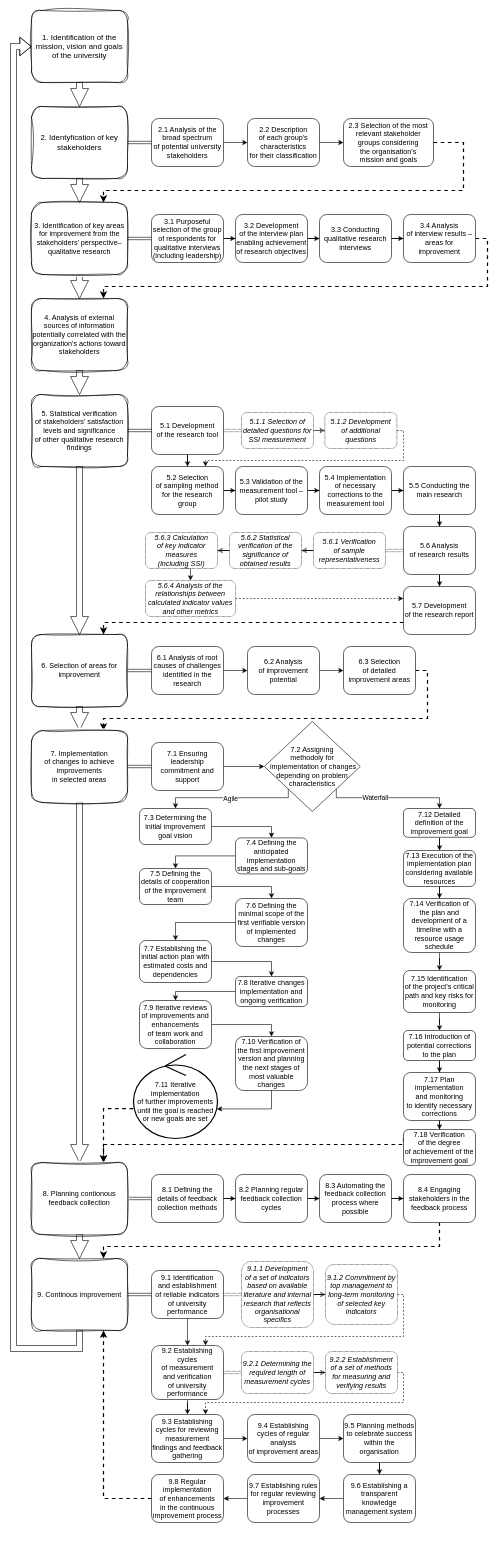
Earlier version of the draw.io diagram monography_materials/FiguresFiles/Model SSDQM_full_ENG.drawio (JeanPaulSzefler/doktorat_git). Source tidied: cells renumbered, new cells numbered last; positions are measured from the earlier drawing's top-left corner, leaving out a move shared by most shapes. Both pictures are drawn from the tidied source at 60%, with x=0, y=0 at pixel (13, 10).
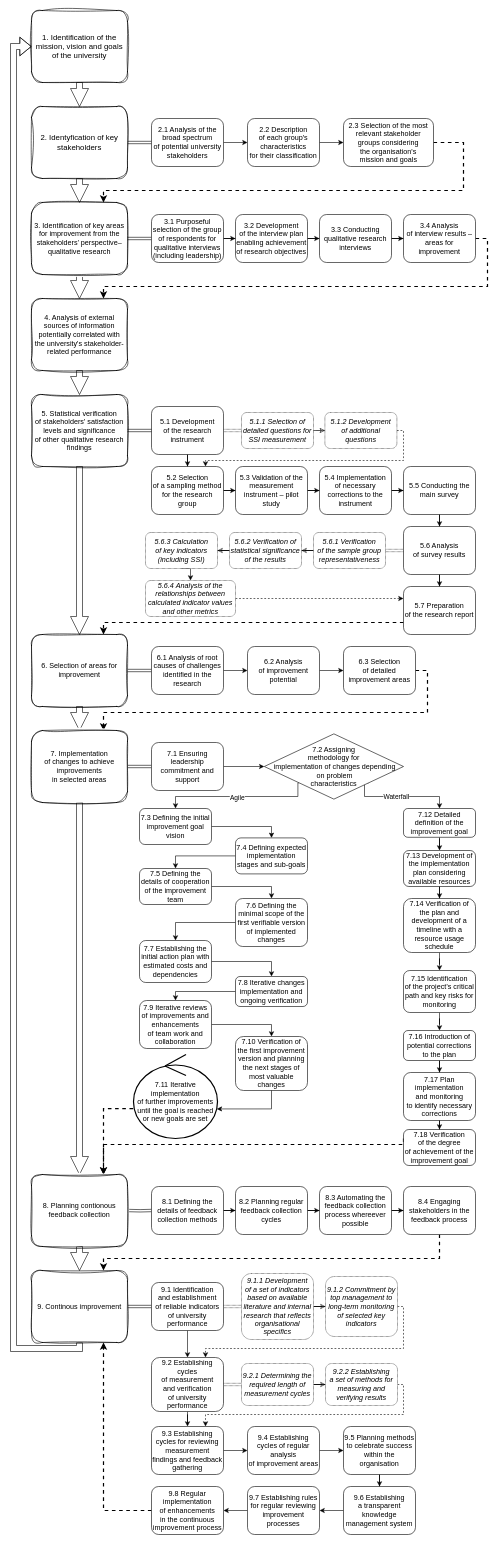
The same diagram, later.

Commit message (it also covers changes not shown here):
Monography_0.1 chapter 5.3 prepared figures with detailed SSDQM

Unchanged cells that the change refers to:
```xml
<mxCell id="65" value="6.3 Selection &lt;br&gt;of detailed improvement areas" style="rounded=1;whiteSpace=wrap;html=1;" parent="1" vertex="1">
  <mxGeometry x="550" y="1060" width="120" height="80" as="geometry" />
</mxCell>
<mxCell id="68" value="7. Implementation&lt;br&gt;of changes to achieve improvements&lt;br&gt;in selected areas" style="rounded=1;whiteSpace=wrap;html=1;sketch=1;curveFitting=1;jiggle=2;" parent="1" vertex="1">
  <mxGeometry x="30" y="1200" width="160" height="120" as="geometry" />
</mxCell>
<mxCell id="94" value="7.12 Detailed definition of the improvement goal" style="rounded=1;whiteSpace=wrap;html=1;" parent="1" vertex="1">
  <mxGeometry x="650" y="1330" width="120" height="48" as="geometry" />
</mxCell>
```

Change to the diagram source:
```diff
@@
-    <mxCell id="11" value="5.1 Development &lt;br&gt;of the research tool" style="rounded=1;whiteSpace=wrap;html=1;" parent="1" vertex="1">
+    <mxCell id="11" value="5.1 Development &lt;br&gt;of the research instrument" style="rounded=1;whiteSpace=wrap;html=1;" parent="1" vertex="1">
       <mxGeometry x="230" y="660" width="120" height="80" as="geometry" />
     </mxCell>
@@
-    <mxCell id="22" value="5.2 Selection &lt;br&gt;of sampling method for the research group" style="whiteSpace=wrap;html=1;rounded=1;" parent="1" vertex="1">
+    <mxCell id="22" value="5.2 Selection &lt;br&gt;of a sampling method for the research group" style="whiteSpace=wrap;html=1;rounded=1;" parent="1" vertex="1">
       <mxGeometry x="230" y="760" width="120" height="80" as="geometry" />
     </mxCell>
@@
-    <mxCell id="32" value="5.3 Validation of the measurement tool – pilot study" style="whiteSpace=wrap;html=1;rounded=1;" parent="1" vertex="1">
+    <mxCell id="32" value="5.3 Validation of the measurement instrument – pilot study" style="whiteSpace=wrap;html=1;rounded=1;" parent="1" vertex="1">
       <mxGeometry x="370" y="760" width="120" height="80" as="geometry" />
     </mxCell>
@@
-    <mxCell id="34" value="5.4 Implementation &lt;br&gt;of necessary corrections to the measurement tool" style="whiteSpace=wrap;html=1;rounded=1;" parent="1" vertex="1">
+    <mxCell id="34" value="5.4 Implementation &lt;br&gt;of necessary corrections to the instrument" style="whiteSpace=wrap;html=1;rounded=1;" parent="1" vertex="1">
       <mxGeometry x="510" y="760" width="120" height="80" as="geometry" />
     </mxCell>
@@
-    <mxCell id="36" value="5.5 Conducting the main research" style="whiteSpace=wrap;html=1;rounded=1;" parent="1" vertex="1">
+    <mxCell id="36" value="5.5 Conducting the main survey" style="whiteSpace=wrap;html=1;rounded=1;" parent="1" vertex="1">
       <mxGeometry x="650" y="760" width="120" height="80" as="geometry" />
     </mxCell>
@@
-    <mxCell id="39" value="5.6 Analysis &lt;br&gt;of research results" style="whiteSpace=wrap;html=1;rounded=1;" parent="1" vertex="1">
+    <mxCell id="39" value="5.6 Analysis &lt;br&gt;of survey results" style="whiteSpace=wrap;html=1;rounded=1;" parent="1" vertex="1">
       <mxGeometry x="650" y="860" width="120" height="80" as="geometry" />
     </mxCell>
@@
-    <mxCell id="42" value="4. Analysis of external sources of information potentially correlated with the organization's actions toward stakeholders" style="rounded=1;whiteSpace=wrap;html=1;sketch=1;curveFitting=1;jiggle=2;" parent="1" vertex="1">
+    <mxCell id="42" value="4. Analysis of external sources of information potentially correlated with&lt;br&gt;the university's stakeholder-related performance" style="rounded=1;whiteSpace=wrap;html=1;sketch=1;curveFitting=1;jiggle=2;" parent="1" vertex="1">
       <mxGeometry x="30" y="480" width="160" height="120" as="geometry" />
     </mxCell>
@@
-    <mxCell id="51" value="5.7 Development &lt;br&gt;of the research report" style="whiteSpace=wrap;html=1;rounded=1;" parent="1" vertex="1">
+    <mxCell id="51" value="5.7 Preparation&lt;br&gt;of the research report" style="whiteSpace=wrap;html=1;rounded=1;" parent="1" vertex="1">
       <mxGeometry x="650" y="960" width="120" height="80" as="geometry" />
     </mxCell>
@@
-    <mxCell id="53" value="&lt;i&gt;5.6.1&amp;nbsp;Verification &lt;br&gt;of sample representativeness&lt;/i&gt;" style="whiteSpace=wrap;html=1;rounded=1;dashed=1;dashPattern=1 1;" parent="1" vertex="1">
+    <mxCell id="53" value="&lt;i&gt;5.6.1&amp;nbsp;Verification &lt;br&gt;of the sample group representativeness&lt;/i&gt;" style="whiteSpace=wrap;html=1;rounded=1;dashed=1;dashPattern=1 1;" parent="1" vertex="1">
       <mxGeometry x="500" y="870" width="120" height="60" as="geometry" />
     </mxCell>
@@
-    <mxCell id="55" value="&lt;i&gt;5.6.2&amp;nbsp;Statistical verification of the significance of obtained results&lt;/i&gt;" style="whiteSpace=wrap;html=1;rounded=1;dashed=1;dashPattern=1 1;" parent="1" vertex="1">
+    <mxCell id="55" value="&lt;i&gt;5.6.2 Verification of statistical significance of the results&lt;/i&gt;" style="whiteSpace=wrap;html=1;rounded=1;dashed=1;dashPattern=1 1;" parent="1" vertex="1">
       <mxGeometry x="360" y="870" width="120" height="60" as="geometry" />
     </mxCell>
@@
-    <mxCell id="57" value="&lt;i&gt;5.6.3&amp;nbsp;Calculation &lt;br&gt;of key indicator measures &lt;br&gt;(including SSI)&lt;/i&gt;" style="whiteSpace=wrap;html=1;rounded=1;dashed=1;dashPattern=1 1;" parent="1" vertex="1">
+    <mxCell id="57" value="&lt;i&gt;5.6.3&amp;nbsp;Calculation &lt;br&gt;of key indicators (including SSI)&lt;/i&gt;" style="whiteSpace=wrap;html=1;rounded=1;dashed=1;dashPattern=1 1;" parent="1" vertex="1">
       <mxGeometry x="220" y="870" width="120" height="60" as="geometry" />
     </mxCell>
@@
-    <mxCell id="61" value="7.3 Determining the initial improvement goal vision" style="rounded=1;whiteSpace=wrap;html=1;" parent="1" vertex="1">
+    <mxCell id="61" value="7.3 Defining the initial improvement goal vision" style="rounded=1;whiteSpace=wrap;html=1;" parent="1" vertex="1">
       <mxGeometry x="210" y="1330" width="120" height="60" as="geometry" />
     </mxCell>
@@
     <mxCell id="64" style="edgeStyle=orthogonalEdgeStyle;rounded=0;jettySize=auto;html=1;exitX=1;exitY=0.5;exitDx=0;exitDy=0;entryX=0.75;entryY=0;entryDx=0;entryDy=0;dashed=1;strokeWidth=2;" parent="1" edge="1" source="65" target="68">
       <mxGeometry relative="1" as="geometry">
         <Array as="points">
           <mxPoint x="690" y="1100" />
-          <mxPoint x="690" y="1180" />
-          <mxPoint x="150" y="1180" />
+          <mxPoint x="690" y="1170" />
+          <mxPoint x="150" y="1170" />
         </Array>
       </mxGeometry>
     </mxCell>
@@
     <mxCell id="71" style="edgeStyle=orthogonalEdgeStyle;rounded=0;jettySize=auto;html=1;exitX=0;exitY=1;exitDx=0;exitDy=0;entryX=0.5;entryY=0;entryDx=0;entryDy=0;" parent="1" edge="1" source="75" target="61">
       <mxGeometry relative="1" as="geometry">
         <Array as="points">
-          <mxPoint x="458" y="1312" />
-          <mxPoint x="270" y="1312" />
+          <mxPoint x="474" y="1310" />
+          <mxPoint x="270" y="1310" />
         </Array>
       </mxGeometry>
     </mxCell>
@@
     <mxCell id="73" style="edgeStyle=orthogonalEdgeStyle;rounded=0;jettySize=auto;html=1;exitX=1;exitY=1;exitDx=0;exitDy=0;entryX=0.5;entryY=0;entryDx=0;entryDy=0;" parent="1" edge="1" source="75" target="94">
       <mxGeometry relative="1" as="geometry">
         <Array as="points">
-          <mxPoint x="538" y="1312" />
-          <mxPoint x="710" y="1312" />
+          <mxPoint x="585" y="1310" />
+          <mxPoint x="710" y="1310" />
         </Array>
       </mxGeometry>
     </mxCell>
-    <mxCell id="74" value="Waterfall" style="edgeLabel;html=1;align=center;verticalAlign=middle;" parent="73" vertex="1">
+    <mxCell id="74" value="Waterfall" style="edgeLabel;html=1;align=center;verticalAlign=middle;spacing=5;spacingRight=0;spacingLeft=30;" parent="73" vertex="1">
       <mxGeometry x="-0.23" relative="1" as="geometry" />
     </mxCell>
-    <mxCell id="75" value="7.2 Assigning &lt;br&gt;methodoly for&lt;br&gt;&amp;nbsp;implementation of changes depending on problem &lt;br&gt;characteristics" style="rhombus;whiteSpace=wrap;html=1;" parent="1" vertex="1">
-      <mxGeometry x="418" y="1185" width="160" height="150" as="geometry" />
+    <mxCell id="75" value="7.2 Assigning &lt;br&gt;methodology for&lt;br&gt;&amp;nbsp;implementation of changes depending&lt;br&gt;&amp;nbsp;on problem &lt;br&gt;characteristics" style="rhombus;whiteSpace=wrap;html=1;" parent="1" vertex="1">
+      <mxGeometry x="418" y="1205.6" width="232" height="108.8" as="geometry" />
     </mxCell>
@@
-    <mxCell id="79" value="7.4&amp;nbsp;Defining the anticipated implementation stages and sub-goals" style="rounded=1;whiteSpace=wrap;html=1;" parent="1" vertex="1">
+    <mxCell id="79" value="7.4&amp;nbsp;Defining expected implementation stages and sub-goals" style="rounded=1;whiteSpace=wrap;html=1;" parent="1" vertex="1">
       <mxGeometry x="370" y="1379" width="120" height="60" as="geometry" />
     </mxCell>
@@
-    <mxCell id="96" value="7.13 Execution of the implementation plan considering available resources" style="rounded=1;whiteSpace=wrap;html=1;" parent="1" vertex="1">
+    <mxCell id="96" value="7.13 Development of the implementation plan considering available resources" style="rounded=1;whiteSpace=wrap;html=1;" parent="1" vertex="1">
       <mxGeometry x="650" y="1400" width="120" height="60" as="geometry" />
     </mxCell>
@@
-    <mxCell id="107" style="edgeStyle=orthogonalEdgeStyle;rounded=0;jettySize=auto;html=1;shape=link;" parent="1" edge="1" source="109" target="111">
-      <mxGeometry relative="1" as="geometry" />
+    <mxCell id="107" style="edgeStyle=orthogonalEdgeStyle;rounded=0;jettySize=auto;html=1;shape=link;" parent="1" edge="1" target="111">
+      <mxGeometry relative="1" as="geometry">
+        <mxPoint x="190" y="2000" as="sourcePoint" />
+      </mxGeometry>
     </mxCell>
-    <mxCell id="108" style="edgeStyle=orthogonalEdgeStyle;rounded=0;jettySize=auto;html=1;shape=arrow;" parent="1" edge="1" source="109" target="120">
-      <mxGeometry relative="1" as="geometry" />
+    <mxCell id="108" style="edgeStyle=orthogonalEdgeStyle;rounded=0;jettySize=auto;html=1;shape=arrow;" parent="1" edge="1" target="120">
+      <mxGeometry relative="1" as="geometry">
+        <mxPoint x="110" y="2060" as="sourcePoint" />
+      </mxGeometry>
     </mxCell>
     <mxCell id="109" value="8. Planning contionous feedback collection" style="rounded=1;whiteSpace=wrap;html=1;sketch=1;curveFitting=1;jiggle=2;" parent="1" vertex="1">
-      <mxGeometry x="30" y="1920" width="160" height="120" as="geometry" />
+      <mxGeometry x="30" y="1940" width="160" height="120" as="geometry" />
     </mxCell>
@@
     <mxCell id="111" value="8.1 Defining the details of feedback collection methods" style="rounded=1;whiteSpace=wrap;html=1;" parent="1" vertex="1">
-      <mxGeometry x="230" y="1940" width="120" height="80" as="geometry" />
+      <mxGeometry x="230" y="1960" width="120" height="80" as="geometry" />
     </mxCell>
@@
     <mxCell id="113" value="8.2 Planning regular feedback collection cycles" style="rounded=1;whiteSpace=wrap;html=1;" parent="1" vertex="1">
-      <mxGeometry x="370" y="1940" width="120" height="80" as="geometry" />
+      <mxGeometry x="370" y="1960" width="120" height="80" as="geometry" />
     </mxCell>
@@
-    <mxCell id="115" value="8.3 Automating the feedback collection process where possible" style="rounded=1;whiteSpace=wrap;html=1;" parent="1" vertex="1">
-      <mxGeometry x="510" y="1940" width="120" height="80" as="geometry" />
+    <mxCell id="115" value="8.3 Automating the feedback collection process whereever possible" style="rounded=1;whiteSpace=wrap;html=1;" parent="1" vertex="1">
+      <mxGeometry x="510" y="1960" width="120" height="80" as="geometry" />
     </mxCell>
     <mxCell id="116" style="edgeStyle=orthogonalEdgeStyle;rounded=0;jettySize=auto;html=1;exitX=0.5;exitY=1;exitDx=0;exitDy=0;entryX=0.75;entryY=0;entryDx=0;entryDy=0;dashed=1;strokeWidth=2;" parent="1" edge="1" source="117" target="120">
       <mxGeometry relative="1" as="geometry">
         <Array as="points">
-          <mxPoint x="710" y="2060" />
-          <mxPoint x="150" y="2060" />
+          <mxPoint x="710" y="2080" />
+          <mxPoint x="150" y="2080" />
         </Array>
       </mxGeometry>
     </mxCell>
     <mxCell id="117" value="8.4 Engaging stakeholders in the feedback process" style="rounded=1;whiteSpace=wrap;html=1;" parent="1" vertex="1">
-      <mxGeometry x="650" y="1940" width="120" height="80" as="geometry" />
+      <mxGeometry x="650" y="1960" width="120" height="80" as="geometry" />
     </mxCell>
@@
     <mxCell id="120" value="9. Continous improvement" style="rounded=1;whiteSpace=wrap;html=1;sketch=1;curveFitting=1;jiggle=2;" parent="1" vertex="1">
-      <mxGeometry x="30" y="2080" width="160" height="120" as="geometry" />
+      <mxGeometry x="30" y="2100" width="160" height="120" as="geometry" />
     </mxCell>
@@
     <mxCell id="123" value="9.1 Identification &lt;br&gt;and establishment &lt;br&gt;of reliable indicators of university performance" style="rounded=1;whiteSpace=wrap;html=1;" parent="1" vertex="1">
-      <mxGeometry x="230" y="2100" width="120" height="80" as="geometry" />
+      <mxGeometry x="230" y="2120" width="120" height="80" as="geometry" />
     </mxCell>
@@
     <mxCell id="125" value="&lt;i&gt;9.1.1&amp;nbsp;Development &lt;br&gt;of a set of indicators based on available literature and internal research that reflects organisational specifics&lt;/i&gt;" style="whiteSpace=wrap;html=1;rounded=1;dashed=1;dashPattern=1 1;" parent="1" vertex="1">
-      <mxGeometry x="380" y="2085" width="120" height="110" as="geometry" />
+      <mxGeometry x="380" y="2105" width="120" height="110" as="geometry" />
     </mxCell>
     <mxCell id="126" style="edgeStyle=orthogonalEdgeStyle;rounded=0;jettySize=auto;html=1;exitX=1;exitY=0.5;exitDx=0;exitDy=0;entryX=0.75;entryY=0;entryDx=0;entryDy=0;dashed=1;" parent="1" edge="1" source="127" target="130">
       <mxGeometry relative="1" as="geometry">
         <Array as="points">
-          <mxPoint x="650" y="2140" />
-          <mxPoint x="650" y="2210" />
-          <mxPoint x="320" y="2210" />
+          <mxPoint x="650" y="2160" />
+          <mxPoint x="650" y="2230" />
+          <mxPoint x="320" y="2230" />
         </Array>
       </mxGeometry>
     </mxCell>
     <mxCell id="127" value="&lt;i&gt;9.1.2&amp;nbsp;Commitment by top management to long-term monitoring of selected key indicators&lt;/i&gt;" style="whiteSpace=wrap;html=1;rounded=1;dashed=1;dashPattern=1 1;" parent="1" vertex="1">
-      <mxGeometry x="520" y="2090" width="120" height="100" as="geometry" />
+      <mxGeometry x="520" y="2110" width="120" height="100" as="geometry" />
     </mxCell>
@@
     <mxCell id="130" value="9.2 Establishing cycles &lt;br&gt;of measurement &lt;br&gt;and verification &lt;br&gt;of university performance" style="rounded=1;whiteSpace=wrap;html=1;" parent="1" vertex="1">
-      <mxGeometry x="230" y="2225" width="120" height="90" as="geometry" />
+      <mxGeometry x="230" y="2245" width="120" height="90" as="geometry" />
     </mxCell>
@@
     <mxCell id="132" value="&lt;i&gt;9.2.1&amp;nbsp;Determining the required length of measurement cycles&lt;/i&gt;" style="rounded=1;whiteSpace=wrap;html=1;dashed=1;dashPattern=1 1;" parent="1" vertex="1">
-      <mxGeometry x="380" y="2235" width="120" height="70" as="geometry" />
+      <mxGeometry x="380" y="2255" width="120" height="70" as="geometry" />
     </mxCell>
     <mxCell id="133" style="edgeStyle=orthogonalEdgeStyle;rounded=0;jettySize=auto;html=1;exitX=1;exitY=0.5;exitDx=0;exitDy=0;entryX=0.75;entryY=0;entryDx=0;entryDy=0;dashed=1;" parent="1" edge="1" source="134" target="136">
       <mxGeometry relative="1" as="geometry">
         <Array as="points">
-          <mxPoint x="650" y="2270" />
-          <mxPoint x="650" y="2320" />
-          <mxPoint x="320" y="2320" />
+          <mxPoint x="650" y="2290" />
+          <mxPoint x="650" y="2340" />
+          <mxPoint x="320" y="2340" />
         </Array>
       </mxGeometry>
     </mxCell>
-    <mxCell id="134" value="&lt;i&gt;9.2.2&amp;nbsp;Establishment of a set of methods for measuring and verifying results&lt;/i&gt;" style="rounded=1;whiteSpace=wrap;html=1;dashed=1;dashPattern=1 1;" parent="1" vertex="1">
-      <mxGeometry x="520" y="2235" width="120" height="70" as="geometry" />
+    <mxCell id="134" value="&lt;i&gt;9.2.2&amp;nbsp;Establishing&lt;br&gt;a set of methods for measuring and verifying results&lt;/i&gt;" style="rounded=1;whiteSpace=wrap;html=1;dashed=1;dashPattern=1 1;" parent="1" vertex="1">
+      <mxGeometry x="520" y="2255" width="120" height="70" as="geometry" />
     </mxCell>
@@
     <mxCell id="136" value="9.3 Establishing cycles for reviewing measurement findings and feedback gathering" style="rounded=1;whiteSpace=wrap;html=1;" parent="1" vertex="1">
-      <mxGeometry x="230" y="2340" width="120" height="80" as="geometry" />
+      <mxGeometry x="230" y="2360" width="120" height="80" as="geometry" />
     </mxCell>
@@
     <mxCell id="138" value="9.4 Establishing cycles of regular analysis &lt;br&gt;of improvement areas" style="rounded=1;whiteSpace=wrap;html=1;" parent="1" vertex="1">
-      <mxGeometry x="390" y="2340" width="120" height="80" as="geometry" />
+      <mxGeometry x="390" y="2360" width="120" height="80" as="geometry" />
     </mxCell>
@@
     <mxCell id="140" value="9.5 Planning methods to celebrate success within the organisation" style="rounded=1;whiteSpace=wrap;html=1;" parent="1" vertex="1">
-      <mxGeometry x="550" y="2340" width="120" height="80" as="geometry" />
+      <mxGeometry x="550" y="2360" width="120" height="80" as="geometry" />
     </mxCell>
@@
-    <mxCell id="142" value="9.6 Establishing a transparent knowledge management system" style="rounded=1;whiteSpace=wrap;html=1;" parent="1" vertex="1">
-      <mxGeometry x="550" y="2440" width="120" height="80" as="geometry" />
+    <mxCell id="142" value="9.6 Establishing &lt;br&gt;a transparent knowledge management system" style="rounded=1;whiteSpace=wrap;html=1;" parent="1" vertex="1">
+      <mxGeometry x="550" y="2460" width="120" height="80" as="geometry" />
     </mxCell>
@@
     <mxCell id="144" value="9.7 Establishing rules for regular&amp;nbsp;reviewing improvement processes" style="rounded=1;whiteSpace=wrap;html=1;" parent="1" vertex="1">
-      <mxGeometry x="390" y="2440" width="120" height="80" as="geometry" />
+      <mxGeometry x="390" y="2460" width="120" height="80" as="geometry" />
     </mxCell>
@@
     <mxCell id="146" value="9.8 Regular implementation &lt;br&gt;of enhancements &lt;br&gt;in the continuous improvement process" style="rounded=1;whiteSpace=wrap;html=1;" parent="1" vertex="1">
-      <mxGeometry x="230" y="2440" width="120" height="80" as="geometry" />
+      <mxGeometry x="230" y="2460" width="120" height="80" as="geometry" />
     </mxCell>
```
